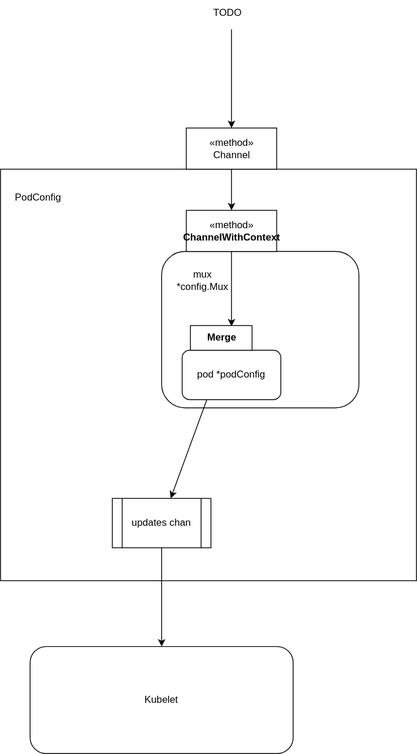
Earlier version of the draw.io export Kubernetes/resource/kubelet-podupdate.drawio.svg (FanHa/fanha.github.io). Source tidied: cells renumbered, new cells last; positions are measured from the earlier drawing's top-left corner, leaving out a move shared by most shapes.
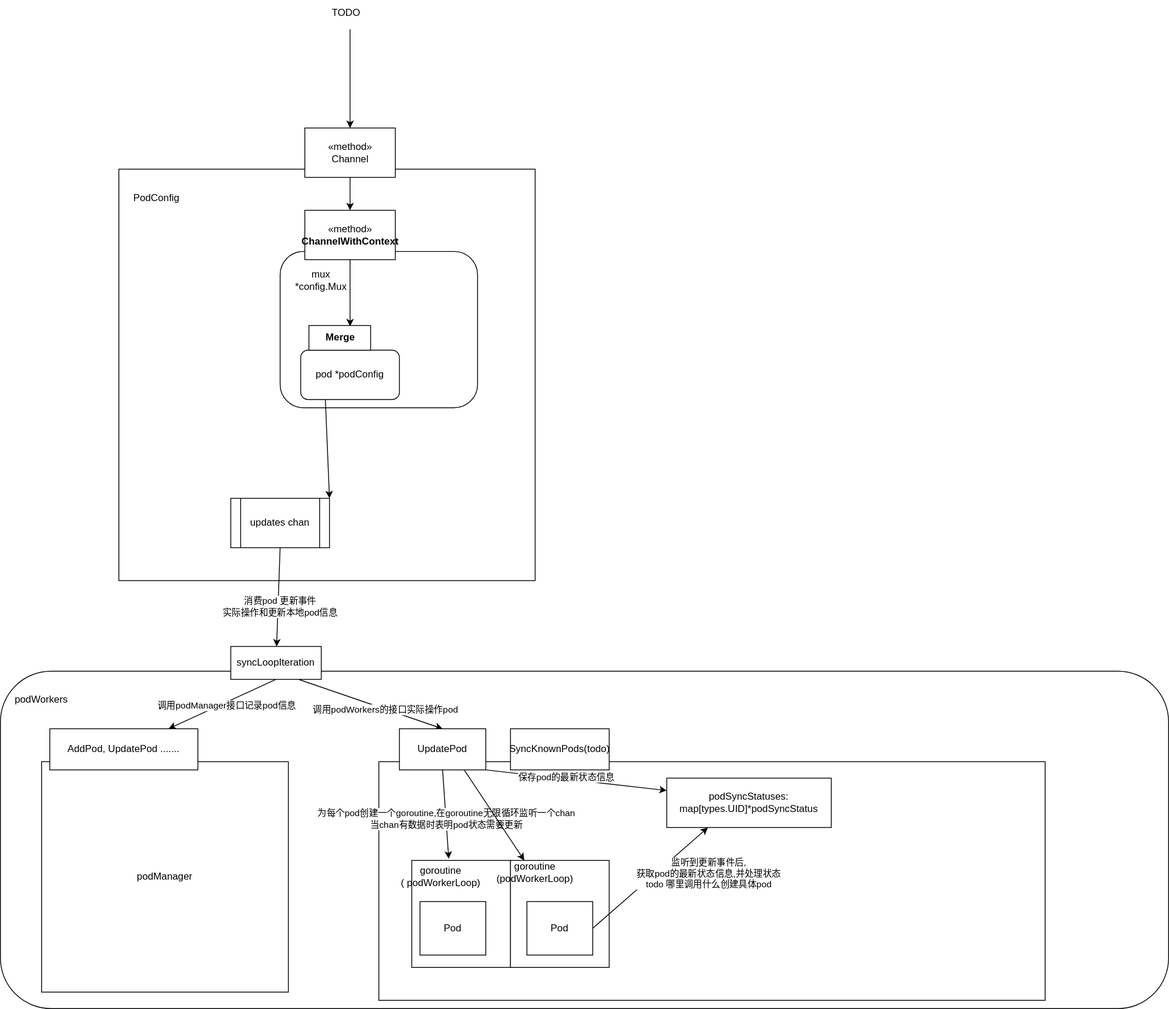
After the commit.

The edit, as a diff of the source:
```diff
@@ -6,7 +6,7 @@
       <mxGeometry y="205" width="506" height="500" as="geometry" />
     </mxCell>
     <mxCell id="3" value="Kubelet" style="rounded=1;whiteSpace=wrap;html=1;" parent="1" vertex="1">
-      <mxGeometry x="36" y="785" width="320" height="130" as="geometry" />
+      <mxGeometry x="-144" y="815" width="1420" height="410" as="geometry" />
     </mxCell>
     <mxCell id="4" value="PodConfig" style="text;html=1;strokeColor=none;fillColor=none;align=center;verticalAlign=middle;whiteSpace=wrap;rounded=0;" parent="1" vertex="1">
       <mxGeometry x="16" y="225" width="60" height="30" as="geometry" />
@@ -14,13 +14,16 @@
     <mxCell id="5" style="rounded=1;whiteSpace=wrap;html=1;" parent="1" vertex="1">
       <mxGeometry x="196" y="305" width="240" height="190" as="geometry" />
     </mxCell>
-    <mxCell id="6" style="edgeStyle=none;html=1;exitX=0.5;exitY=1;exitDx=0;exitDy=0;entryX=0.5;entryY=0;entryDx=0;entryDy=0;" parent="1" edge="1" source="7" target="3">
+    <mxCell id="6" style="edgeStyle=none;html=1;exitX=0.5;exitY=1;exitDx=0;exitDy=0;" parent="1" edge="1" source="7" target="24">
       <mxGeometry relative="1" as="geometry" />
     </mxCell>
+    <mxCell id="19" value="消费pod 更新事件&lt;br&gt;实际操作和更新本地pod信息" style="edgeLabel;html=1;align=center;verticalAlign=middle;" parent="6" vertex="1">
+      <mxGeometry x="0.18" y="2" relative="1" as="geometry" />
+    </mxCell>
     <mxCell id="7" value="updates chan" style="shape=process;whiteSpace=wrap;html=1;backgroundOutline=1;" parent="1" vertex="1">
       <mxGeometry x="136" y="605" width="120" height="60" as="geometry" />
     </mxCell>
-    <mxCell id="8" style="edgeStyle=none;html=1;exitX=0.25;exitY=1;exitDx=0;exitDy=0;" parent="1" edge="1" source="9" target="7">
+    <mxCell id="8" style="edgeStyle=none;html=1;exitX=0.25;exitY=1;exitDx=0;exitDy=0;entryX=1;entryY=0;entryDx=0;entryDy=0;" parent="1" edge="1" source="9" target="7">
       <mxGeometry relative="1" as="geometry" />
     </mxCell>
     <mxCell id="9" value="pod *podConfig" style="rounded=1;whiteSpace=wrap;html=1;" parent="1" vertex="1">
@@ -38,13 +41,13 @@
       </mxGeometry>
     </mxCell>
     <mxCell id="13" value="«method»&lt;br&gt;Channel" style="html=1;" parent="1" vertex="1">
-      <mxGeometry x="226" y="155" width="110" height="50" as="geometry" />
+      <mxGeometry x="226" y="155" width="110" height="60" as="geometry" />
     </mxCell>
     <mxCell id="14" style="edgeStyle=none;html=1;exitX=0.5;exitY=1;exitDx=0;exitDy=0;entryX=0.667;entryY=0.033;entryDx=0;entryDy=0;entryPerimeter=0;" parent="1" edge="1" source="15" target="18">
       <mxGeometry relative="1" as="geometry" />
     </mxCell>
     <mxCell id="15" value="«method»&lt;br&gt;&lt;b&gt;ChannelWithContext&lt;/b&gt;" style="html=1;" parent="1" vertex="1">
-      <mxGeometry x="226" y="255" width="110" height="50" as="geometry" />
+      <mxGeometry x="226" y="255" width="110" height="60" as="geometry" />
     </mxCell>
     <mxCell id="16" style="endArrow=classic;html=1;entryX=0.5;entryY=0;entryDx=0;entryDy=0;" parent="1" edge="1" target="13">
       <mxGeometry relative="1" as="geometry">
@@ -57,5 +60,84 @@
     <mxCell id="18" value="&lt;b&gt;Merge&lt;/b&gt;" style="html=1;" parent="1" vertex="1">
       <mxGeometry x="231" y="395" width="75" height="30" as="geometry" />
     </mxCell>
+    <mxCell id="20" style="edgeStyle=none;html=1;exitX=0.5;exitY=1;exitDx=0;exitDy=0;" parent="1" edge="1" source="24" target="26">
+      <mxGeometry relative="1" as="geometry" />
+    </mxCell>
+    <mxCell id="21" value="调用podManager接口记录pod信息" style="edgeLabel;html=1;align=center;verticalAlign=middle;" parent="20" vertex="1">
+      <mxGeometry x="-0.06" y="2" relative="1" as="geometry">
+        <mxPoint y="1" as="offset" />
+      </mxGeometry>
+    </mxCell>
+    <mxCell id="22" style="edgeStyle=none;html=1;exitX=0.75;exitY=1;exitDx=0;exitDy=0;entryX=0.5;entryY=0;entryDx=0;entryDy=0;" parent="1" edge="1" source="24" target="33">
+      <mxGeometry relative="1" as="geometry" />
+    </mxCell>
+    <mxCell id="23" value="调用podWorkers的接口实际操作pod" style="edgeLabel;html=1;align=center;verticalAlign=middle;" parent="22" vertex="1">
+      <mxGeometry x="0.2" relative="1" as="geometry" />
+    </mxCell>
+    <mxCell id="24" value="syncLoopIteration" style="whiteSpace=wrap;html=1;" parent="1" vertex="1">
+      <mxGeometry x="136" y="785" width="110" height="40" as="geometry" />
+    </mxCell>
+    <mxCell id="25" value="podManager" style="whiteSpace=wrap;html=1;" parent="1" vertex="1">
+      <mxGeometry x="-94" y="925" width="300" height="280" as="geometry" />
+    </mxCell>
+    <mxCell id="26" value="AddPod, UpdatePod ......." style="whiteSpace=wrap;html=1;" parent="1" vertex="1">
+      <mxGeometry x="-84" y="885" width="180" height="50" as="geometry" />
+    </mxCell>
+    <mxCell id="27" style="whiteSpace=wrap;html=1;" parent="1" vertex="1">
+      <mxGeometry x="316" y="925" width="810" height="290" as="geometry" />
+    </mxCell>
+    <mxCell id="28" style="edgeStyle=none;html=1;exitX=0.5;exitY=1;exitDx=0;exitDy=0;entryX=0.583;entryY=-0.05;entryDx=0;entryDy=0;entryPerimeter=0;" parent="1" edge="1" source="33" target="36">
+      <mxGeometry relative="1" as="geometry" />
+    </mxCell>
+    <mxCell id="29" value="为每个pod创建一个goroutine,在goroutine无限循环监听一个chan&lt;br&gt;当chan有数据时表明pod状态需要更新&lt;br&gt;" style="edgeLabel;html=1;align=center;verticalAlign=middle;" parent="28" vertex="1">
+      <mxGeometry x="0.1" relative="1" as="geometry" />
+    </mxCell>
+    <mxCell id="30" style="edgeStyle=none;html=1;exitX=0.75;exitY=1;exitDx=0;exitDy=0;" parent="1" edge="1" source="33" target="38">
+      <mxGeometry relative="1" as="geometry" />
+    </mxCell>
+    <mxCell id="31" style="edgeStyle=none;html=1;exitX=1;exitY=1;exitDx=0;exitDy=0;entryX=0;entryY=0.25;entryDx=0;entryDy=0;" parent="1" edge="1" source="33" target="43">
+      <mxGeometry relative="1" as="geometry" />
+    </mxCell>
+    <mxCell id="32" value="保存pod的最新状态信息" style="edgeLabel;html=1;align=center;verticalAlign=middle;" parent="31" vertex="1">
+      <mxGeometry x="-0.11" y="3" relative="1" as="geometry" />
+    </mxCell>
+    <mxCell id="33" value="UpdatePod" style="whiteSpace=wrap;html=1;" parent="1" vertex="1">
+      <mxGeometry x="341" y="885" width="105" height="50" as="geometry" />
+    </mxCell>
+    <mxCell id="34" value="SyncKnownPods(todo)" style="whiteSpace=wrap;html=1;" parent="1" vertex="1">
+      <mxGeometry x="476" y="885" width="120" height="50" as="geometry" />
+    </mxCell>
+    <mxCell id="35" style="whiteSpace=wrap;html=1;" parent="1" vertex="1">
+      <mxGeometry x="356" y="1045" width="120" height="130" as="geometry" />
+    </mxCell>
+    <mxCell id="36" value="goroutine&lt;br&gt;(&lt;span style=&quot;&quot;&gt;podWorkerLoop)&lt;/span&gt;" style="text;html=1;align=center;verticalAlign=middle;points=[];strokeColor=none;fillColor=none;" parent="1" vertex="1">
+      <mxGeometry x="331" y="1045" width="120" height="40" as="geometry" />
+    </mxCell>
+    <mxCell id="37" value="Pod" style="whiteSpace=wrap;html=1;" parent="1" vertex="1">
+      <mxGeometry x="366" y="1095" width="80" height="65" as="geometry" />
+    </mxCell>
+    <mxCell id="38" style="whiteSpace=wrap;html=1;" parent="1" vertex="1">
+      <mxGeometry x="476" y="1045" width="120" height="130" as="geometry" />
+    </mxCell>
+    <mxCell id="39" style="edgeStyle=none;html=1;exitX=1;exitY=0.5;exitDx=0;exitDy=0;entryX=0.25;entryY=1;entryDx=0;entryDy=0;" parent="1" edge="1" source="41" target="43">
+      <mxGeometry relative="1" as="geometry" />
+    </mxCell>
+    <mxCell id="40" value="监听到更新事件后,&lt;br&gt;获取pod的最新状态信息,并处理状态 &lt;br&gt;todo 哪里调用什么创建具体pod" style="edgeLabel;html=1;align=center;verticalAlign=middle;" parent="39" vertex="1">
+      <mxGeometry x="0.12" relative="1" as="geometry">
+        <mxPoint x="61" y="2" as="offset" />
+      </mxGeometry>
+    </mxCell>
+    <mxCell id="41" value="Pod" style="whiteSpace=wrap;html=1;" parent="1" vertex="1">
+      <mxGeometry x="496" y="1095" width="80" height="65" as="geometry" />
+    </mxCell>
+    <mxCell id="42" value="goroutine&lt;br&gt;(podWorkerLoop)" style="text;html=1;strokeColor=none;fillColor=none;align=center;verticalAlign=middle;whiteSpace=wrap;rounded=0;" parent="1" vertex="1">
+      <mxGeometry x="476" y="1045" width="60" height="30" as="geometry" />
+    </mxCell>
+    <mxCell id="43" value="podSyncStatuses:&lt;br&gt;map[types.UID]*podSyncStatus" style="whiteSpace=wrap;html=1;" parent="1" vertex="1">
+      <mxGeometry x="666" y="945" width="200" height="60" as="geometry" />
+    </mxCell>
+    <mxCell id="44" value="podWorkers" style="text;html=1;strokeColor=none;fillColor=none;align=center;verticalAlign=middle;whiteSpace=wrap;rounded=0;" parent="1" vertex="1">
+      <mxGeometry x="-124" y="835" width="60" height="30" as="geometry" />
+    </mxCell>
   </root>
 </mxGraphModel>
```
